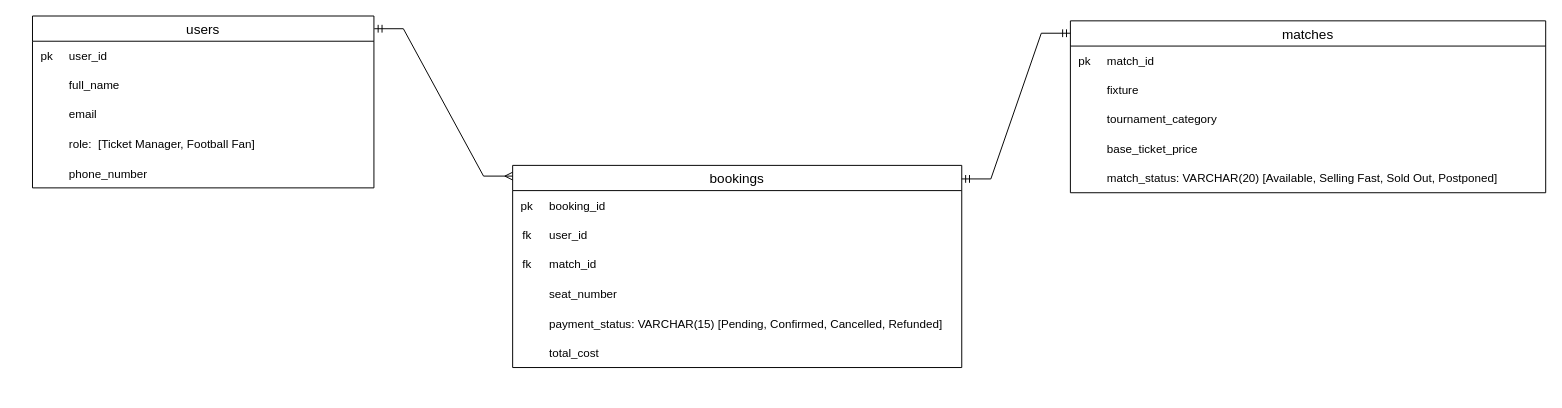
Above: erd-table.drawio in dibbockb/ticketing-backend (draw.io), before the change. Source tidied: cells renumbered, new cells numbered last; positions are measured from the earlier drawing's top-left corner, leaving out a move shared by most shapes. Both pictures are drawn from the tidied source at 97%, with x=0, y=0 at pixel (32, 16).
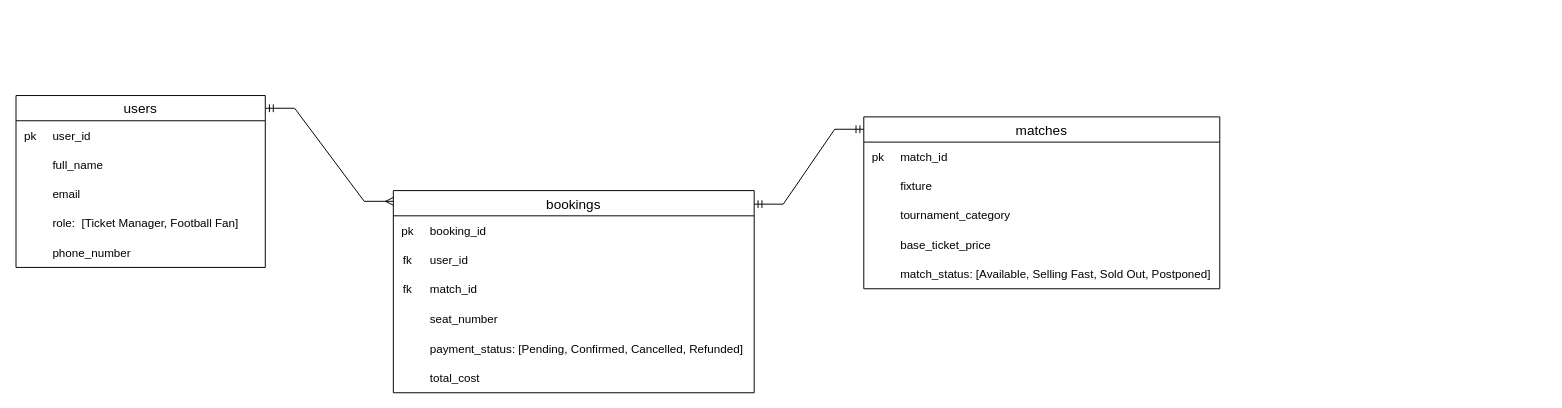
The same diagram, later.

Commit message (it also covers changes not shown here):
chore: Updated Queries and ERD table

Change to the diagram source:
```diff
@@
     <mxCell id="2" value="users" style="swimlane;fontStyle=0;horizontal=1;startSize=26;align=center;fontSize=14;" parent="1" vertex="1">
-      <mxGeometry width="352" height="177.2" as="geometry" />
+      <mxGeometry x="-17" y="82" width="257" height="177.2" as="geometry" />
     </mxCell>
     <mxCell id="3" style="shape=table;startSize=0;childLayout=tableLayout;rowLines=0;fontStyle=0;align=center;strokeColor=none;fillColor=none;whiteSpace=wrap;html=1;" parent="2" vertex="1">
-      <mxGeometry y="26" width="352" height="30" as="geometry" />
+      <mxGeometry y="26" width="257" height="30" as="geometry" />
     </mxCell>
     <mxCell id="4" style="shape=tableRow;horizontal=0;startSize=0;swimlaneHead=0;swimlaneBody=0;fillColor=none;top=0;left=0;right=0;bottom=0;" parent="3" vertex="1">
-      <mxGeometry width="352" height="30" as="geometry" />
+      <mxGeometry width="257" height="30" as="geometry" />
     </mxCell>
@@
     <mxCell id="6" value="user_id" style="shape=partialRectangle;fillColor=none;top=0;left=0;bottom=0;right=0;align=left;spacingLeft=6;overflow=hidden;" parent="4" vertex="1">
-      <mxGeometry x="30" width="322" height="30" as="geometry" />
+      <mxGeometry x="30" width="227" height="30" as="geometry" />
     </mxCell>
     <mxCell id="7" style="shape=table;startSize=0;childLayout=tableLayout;rowLines=0;fontStyle=0;align=center;strokeColor=none;fillColor=none;whiteSpace=wrap;html=1;" parent="2" vertex="1">
-      <mxGeometry y="56" width="352" height="121.2" as="geometry" />
+      <mxGeometry y="56" width="257" height="121.2" as="geometry" />
     </mxCell>
     <mxCell id="8" style="shape=tableRow;horizontal=0;startSize=0;swimlaneHead=0;swimlaneBody=0;fillColor=none;top=0;left=0;right=0;bottom=0;" parent="7" vertex="1">
-      <mxGeometry width="352" height="30" as="geometry" />
+      <mxGeometry width="257" height="30" as="geometry" />
     </mxCell>
@@
     <mxCell id="10" value="full_name" style="shape=partialRectangle;fillColor=none;top=0;left=0;bottom=0;right=0;align=left;spacingLeft=6;overflow=hidden;" parent="8" vertex="1">
-      <mxGeometry x="30" width="322" height="30" as="geometry" />
+      <mxGeometry x="30" width="227" height="30" as="geometry" />
     </mxCell>
     <mxCell id="11" style="shape=tableRow;horizontal=0;startSize=0;swimlaneHead=0;swimlaneBody=0;fillColor=none;top=0;left=0;right=0;bottom=0;" parent="7" vertex="1">
-      <mxGeometry y="30" width="352" height="30" as="geometry" />
+      <mxGeometry y="30" width="257" height="30" as="geometry" />
     </mxCell>
@@
     <mxCell id="13" value="email" style="shape=partialRectangle;fillColor=none;top=0;left=0;bottom=0;right=0;align=left;spacingLeft=6;overflow=hidden;" parent="11" vertex="1">
-      <mxGeometry x="30" width="322" height="30" as="geometry" />
+      <mxGeometry x="30" width="227" height="30" as="geometry" />
     </mxCell>
     <mxCell id="14" style="shape=tableRow;horizontal=0;startSize=0;swimlaneHead=0;swimlaneBody=0;fillColor=none;top=0;left=0;right=0;bottom=0;" parent="7" vertex="1">
-      <mxGeometry y="60" width="352" height="31" as="geometry" />
+      <mxGeometry y="60" width="257" height="31" as="geometry" />
     </mxCell>
@@
     <mxCell id="16" value="role:  [Ticket Manager, Football Fan]" style="shape=partialRectangle;fillColor=none;top=0;left=0;bottom=0;right=0;align=left;spacingLeft=6;overflow=hidden;" parent="14" vertex="1">
-      <mxGeometry x="30" width="322" height="31" as="geometry" />
+      <mxGeometry x="30" width="227" height="31" as="geometry" />
     </mxCell>
     <mxCell id="17" style="shape=tableRow;horizontal=0;startSize=0;swimlaneHead=0;swimlaneBody=0;fillColor=none;top=0;left=0;right=0;bottom=0;" parent="7" vertex="1">
-      <mxGeometry y="91" width="352" height="30" as="geometry" />
+      <mxGeometry y="91" width="257" height="30" as="geometry" />
     </mxCell>
@@
     <mxCell id="19" value="phone_number" style="shape=partialRectangle;fillColor=none;top=0;left=0;bottom=0;right=0;align=left;spacingLeft=6;overflow=hidden;" parent="17" vertex="1">
-      <mxGeometry x="30" width="322" height="30" as="geometry" />
+      <mxGeometry x="30" width="227" height="30" as="geometry" />
     </mxCell>
     <mxCell id="20" value="bookings" style="swimlane;fontStyle=0;horizontal=1;startSize=26;align=center;fontSize=14;" parent="1" vertex="1">
-      <mxGeometry x="495" y="154" width="463" height="208.4" as="geometry" />
+      <mxGeometry x="372" y="180" width="372" height="208.4" as="geometry" />
     </mxCell>
     <mxCell id="21" style="shape=table;startSize=0;childLayout=tableLayout;rowLines=0;fontStyle=0;align=center;strokeColor=none;fillColor=none;whiteSpace=wrap;html=1;" parent="20" vertex="1">
-      <mxGeometry y="26" width="463" height="182.4" as="geometry" />
+      <mxGeometry y="26" width="372" height="182.4" as="geometry" />
     </mxCell>
     <mxCell id="22" style="shape=tableRow;horizontal=0;startSize=0;swimlaneHead=0;swimlaneBody=0;fillColor=none;top=0;left=0;right=0;bottom=0;" parent="21" vertex="1">
-      <mxGeometry width="463" height="30" as="geometry" />
+      <mxGeometry width="372" height="30" as="geometry" />
     </mxCell>
@@
     <mxCell id="24" value="booking_id" style="shape=partialRectangle;fillColor=none;top=0;left=0;bottom=0;right=0;align=left;spacingLeft=6;overflow=hidden;" parent="22" vertex="1">
-      <mxGeometry x="30" width="433" height="30" as="geometry" />
+      <mxGeometry x="30" width="342" height="30" as="geometry" />
     </mxCell>
     <mxCell id="25" style="shape=tableRow;horizontal=0;startSize=0;swimlaneHead=0;swimlaneBody=0;fillColor=none;top=0;left=0;right=0;bottom=0;" parent="21" vertex="1">
-      <mxGeometry y="30" width="463" height="30" as="geometry" />
+      <mxGeometry y="30" width="372" height="30" as="geometry" />
     </mxCell>
@@
     <mxCell id="27" value="user_id" style="shape=partialRectangle;fillColor=none;top=0;left=0;bottom=0;right=0;align=left;spacingLeft=6;overflow=hidden;" parent="25" vertex="1">
-      <mxGeometry x="30" width="433" height="30" as="geometry" />
+      <mxGeometry x="30" width="342" height="30" as="geometry" />
     </mxCell>
     <mxCell id="28" style="shape=tableRow;horizontal=0;startSize=0;swimlaneHead=0;swimlaneBody=0;fillColor=none;top=0;left=0;right=0;bottom=0;" parent="21" vertex="1">
-      <mxGeometry y="60" width="463" height="30" as="geometry" />
+      <mxGeometry y="60" width="372" height="30" as="geometry" />
     </mxCell>
@@
     <mxCell id="30" value="match_id" style="shape=partialRectangle;fillColor=none;top=0;left=0;bottom=0;right=0;align=left;spacingLeft=6;overflow=hidden;" parent="28" vertex="1">
-      <mxGeometry x="30" width="433" height="30" as="geometry" />
+      <mxGeometry x="30" width="342" height="30" as="geometry" />
     </mxCell>
     <mxCell id="31" style="shape=tableRow;horizontal=0;startSize=0;swimlaneHead=0;swimlaneBody=0;fillColor=none;top=0;left=0;right=0;bottom=0;" parent="21" vertex="1">
-      <mxGeometry y="90" width="463" height="32" as="geometry" />
+      <mxGeometry y="90" width="372" height="32" as="geometry" />
     </mxCell>
@@
     <mxCell id="33" value="seat_number" style="shape=partialRectangle;fillColor=none;top=0;left=0;bottom=0;right=0;align=left;spacingLeft=6;overflow=hidden;" parent="31" vertex="1">
-      <mxGeometry x="30" width="433" height="32" as="geometry" />
+      <mxGeometry x="30" width="342" height="32" as="geometry" />
     </mxCell>
     <mxCell id="34" style="shape=tableRow;horizontal=0;startSize=0;swimlaneHead=0;swimlaneBody=0;fillColor=none;top=0;left=0;right=0;bottom=0;" parent="21" vertex="1">
-      <mxGeometry y="122" width="463" height="30" as="geometry" />
+      <mxGeometry y="122" width="372" height="30" as="geometry" />
     </mxCell>
@@
-    <mxCell id="36" value="payment_status: VARCHAR(15) [Pending, Confirmed, Cancelled, Refunded]" style="shape=partialRectangle;fillColor=none;top=0;left=0;bottom=0;right=0;align=left;spacingLeft=6;overflow=hidden;" parent="34" vertex="1">
-      <mxGeometry x="30" width="433" height="30" as="geometry" />
+    <mxCell id="36" value="payment_status: [Pending, Confirmed, Cancelled, Refunded]" style="shape=partialRectangle;fillColor=none;top=0;left=0;bottom=0;right=0;align=left;spacingLeft=6;overflow=hidden;" parent="34" vertex="1">
+      <mxGeometry x="30" width="342" height="30" as="geometry" />
     </mxCell>
     <mxCell id="37" style="shape=tableRow;horizontal=0;startSize=0;swimlaneHead=0;swimlaneBody=0;fillColor=none;top=0;left=0;right=0;bottom=0;" parent="21" vertex="1">
-      <mxGeometry y="152" width="463" height="30" as="geometry" />
+      <mxGeometry y="152" width="372" height="30" as="geometry" />
     </mxCell>
@@
     <mxCell id="39" value="total_cost" style="shape=partialRectangle;fillColor=none;top=0;left=0;bottom=0;right=0;align=left;spacingLeft=6;overflow=hidden;" parent="37" vertex="1">
-      <mxGeometry x="30" width="433" height="30" as="geometry" />
+      <mxGeometry x="30" width="342" height="30" as="geometry" />
     </mxCell>
@@
     <mxCell id="41" value="matches" style="swimlane;fontStyle=0;horizontal=1;startSize=26;align=center;fontSize=14;" parent="1" vertex="1">
-      <mxGeometry x="1070" y="5" width="490" height="177.2" as="geometry" />
+      <mxGeometry x="857" y="104" width="367" height="177.2" as="geometry" />
     </mxCell>
     <mxCell id="42" style="shape=table;startSize=0;childLayout=tableLayout;rowLines=0;fontStyle=0;align=center;strokeColor=none;fillColor=none;whiteSpace=wrap;html=1;" parent="41" vertex="1">
-      <mxGeometry y="26" width="490" height="30" as="geometry" />
+      <mxGeometry y="26" width="367" height="30" as="geometry" />
     </mxCell>
     <mxCell id="43" style="shape=tableRow;horizontal=0;startSize=0;swimlaneHead=0;swimlaneBody=0;fillColor=none;top=0;left=0;right=0;bottom=0;" parent="42" vertex="1">
-      <mxGeometry width="490" height="30" as="geometry" />
+      <mxGeometry width="367" height="30" as="geometry" />
     </mxCell>
@@
     <mxCell id="45" value="match_id" style="shape=partialRectangle;fillColor=none;top=0;left=0;bottom=0;right=0;align=left;spacingLeft=6;overflow=hidden;" parent="43" vertex="1">
-      <mxGeometry x="30" width="460" height="30" as="geometry" />
+      <mxGeometry x="30" width="337" height="30" as="geometry" />
     </mxCell>
     <mxCell id="46" style="shape=table;startSize=0;childLayout=tableLayout;rowLines=0;fontStyle=0;align=center;strokeColor=none;fillColor=none;whiteSpace=wrap;html=1;" parent="41" vertex="1">
-      <mxGeometry y="56" width="490" height="121.2" as="geometry" />
+      <mxGeometry y="56" width="367" height="121.2" as="geometry" />
     </mxCell>
     <mxCell id="47" style="shape=tableRow;horizontal=0;startSize=0;swimlaneHead=0;swimlaneBody=0;fillColor=none;top=0;left=0;right=0;bottom=0;" parent="46" vertex="1">
-      <mxGeometry width="490" height="30" as="geometry" />
+      <mxGeometry width="367" height="30" as="geometry" />
     </mxCell>
@@
     <mxCell id="49" value="fixture" style="shape=partialRectangle;fillColor=none;top=0;left=0;bottom=0;right=0;align=left;spacingLeft=6;overflow=hidden;" parent="47" vertex="1">
-      <mxGeometry x="30" width="460" height="30" as="geometry" />
+      <mxGeometry x="30" width="337" height="30" as="geometry" />
     </mxCell>
     <mxCell id="50" style="shape=tableRow;horizontal=0;startSize=0;swimlaneHead=0;swimlaneBody=0;fillColor=none;top=0;left=0;right=0;bottom=0;" parent="46" vertex="1">
-      <mxGeometry y="30" width="490" height="30" as="geometry" />
+      <mxGeometry y="30" width="367" height="30" as="geometry" />
     </mxCell>
@@
     <mxCell id="52" value="tournament_category" style="shape=partialRectangle;fillColor=none;top=0;left=0;bottom=0;right=0;align=left;spacingLeft=6;overflow=hidden;" parent="50" vertex="1">
-      <mxGeometry x="30" width="460" height="30" as="geometry" />
+      <mxGeometry x="30" width="337" height="30" as="geometry" />
     </mxCell>
     <mxCell id="53" style="shape=tableRow;horizontal=0;startSize=0;swimlaneHead=0;swimlaneBody=0;fillColor=none;top=0;left=0;right=0;bottom=0;" parent="46" vertex="1">
-      <mxGeometry y="60" width="490" height="31" as="geometry" />
+      <mxGeometry y="60" width="367" height="31" as="geometry" />
     </mxCell>
@@
     <mxCell id="55" value="base_ticket_price" style="shape=partialRectangle;fillColor=none;top=0;left=0;bottom=0;right=0;align=left;spacingLeft=6;overflow=hidden;" parent="53" vertex="1">
-      <mxGeometry x="30" width="460" height="31" as="geometry" />
+      <mxGeometry x="30" width="337" height="31" as="geometry" />
     </mxCell>
     <mxCell id="56" style="shape=tableRow;horizontal=0;startSize=0;swimlaneHead=0;swimlaneBody=0;fillColor=none;top=0;left=0;right=0;bottom=0;" parent="46" vertex="1">
-      <mxGeometry y="91" width="490" height="30" as="geometry" />
+      <mxGeometry y="91" width="367" height="30" as="geometry" />
     </mxCell>
@@
-    <mxCell id="58" value="match_status: VARCHAR(20) [Available, Selling Fast, Sold Out, Postponed]" style="shape=partialRectangle;fillColor=none;top=0;left=0;bottom=0;right=0;align=left;spacingLeft=6;overflow=hidden;" parent="56" vertex="1">
-      <mxGeometry x="30" width="460" height="30" as="geometry" />
+    <mxCell id="58" value="match_status: [Available, Selling Fast, Sold Out, Postponed]" style="shape=partialRectangle;fillColor=none;top=0;left=0;bottom=0;right=0;align=left;spacingLeft=6;overflow=hidden;" parent="56" vertex="1">
+      <mxGeometry x="30" width="337" height="30" as="geometry" />
     </mxCell>
```
